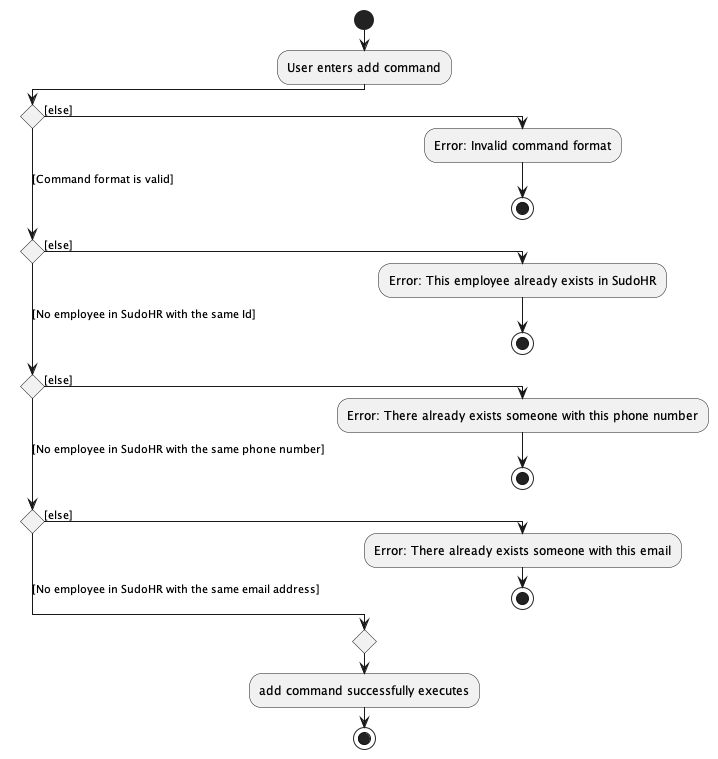
The PlantUML diagram docs/images/commands/employee/AddEmployeeActivityDiagram.png in nus-cs2103-AY2223S2/tp, before a commit.
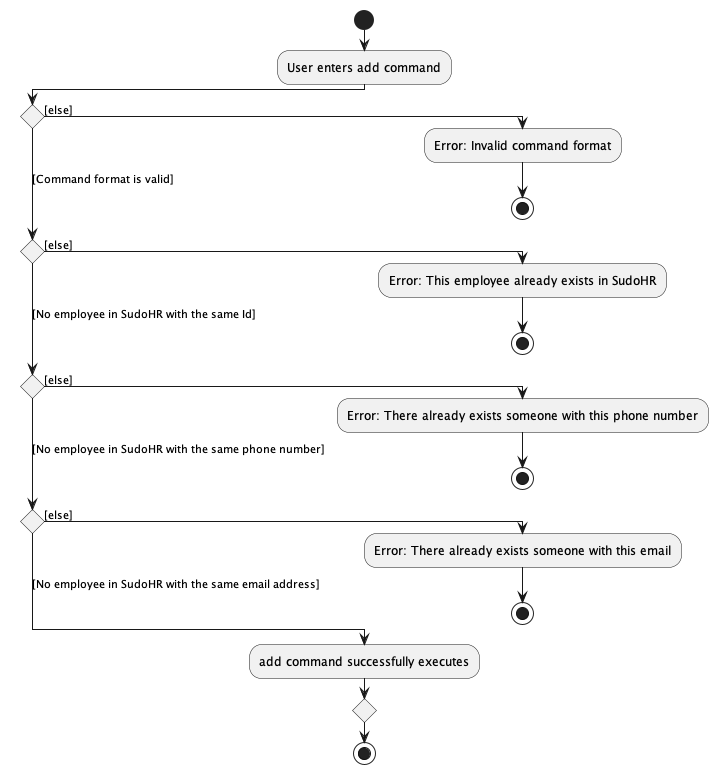
Later version of the same file.

What changed in the source:
```diff
@@ -16,9 +16,8 @@
   stop
 
 else ([No employee in SudoHR with the same email address])
-
-endif
   :add command successfully executes;
+  endif
 stop
 
 @enduml
```
